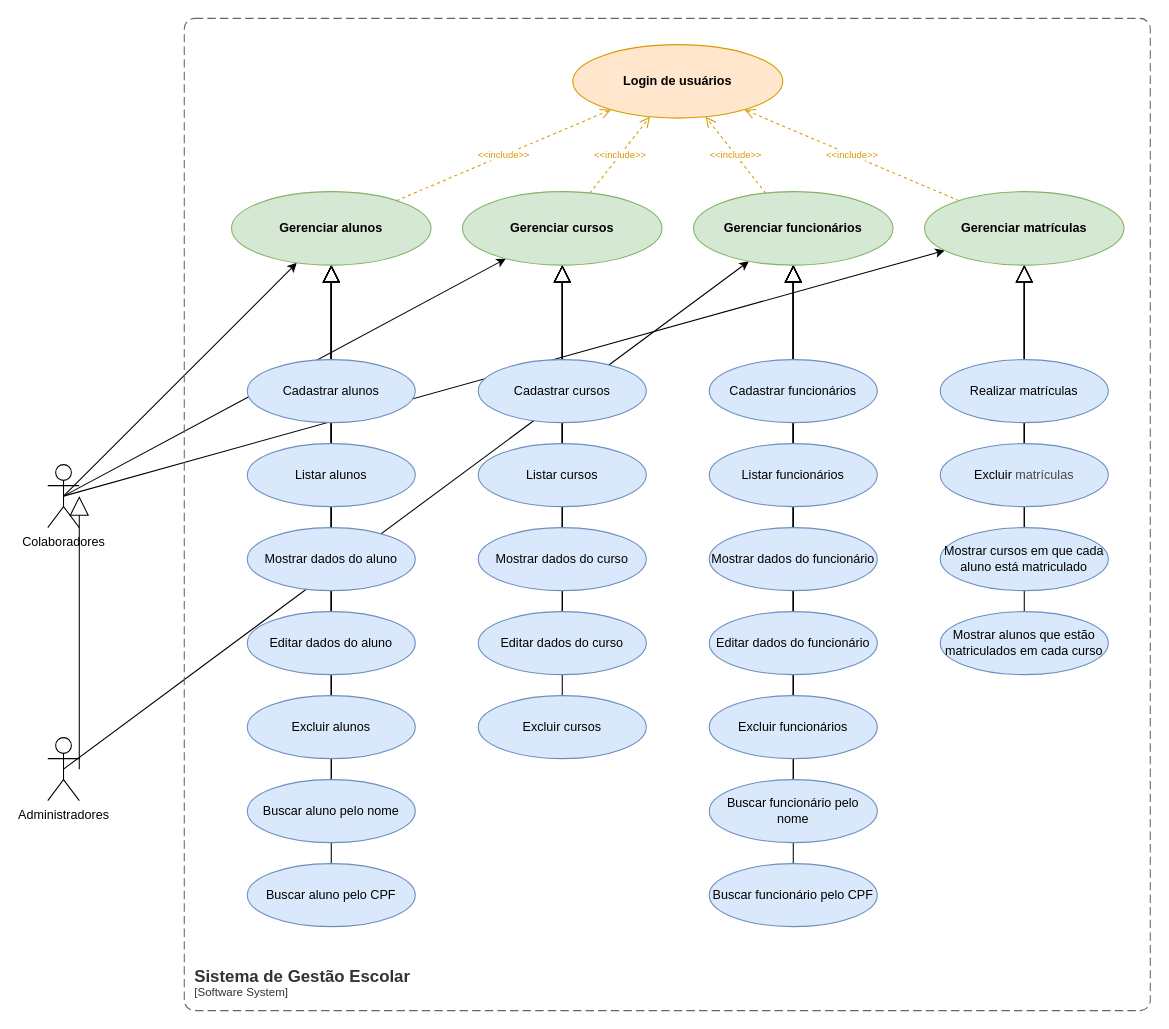
Earlier version of the draw.io diagram diagramas/casos-de-uso.drawio (Marco-Veio/sistema-de-gestao-escolar-modelagem). Source tidied: cells renumbered, new cells numbered last; positions are measured from the earlier drawing's top-left corner, leaving out a move shared by most shapes. Both pictures are drawn from the tidied source at 105%, with x=0, y=0 at pixel (47, 18).
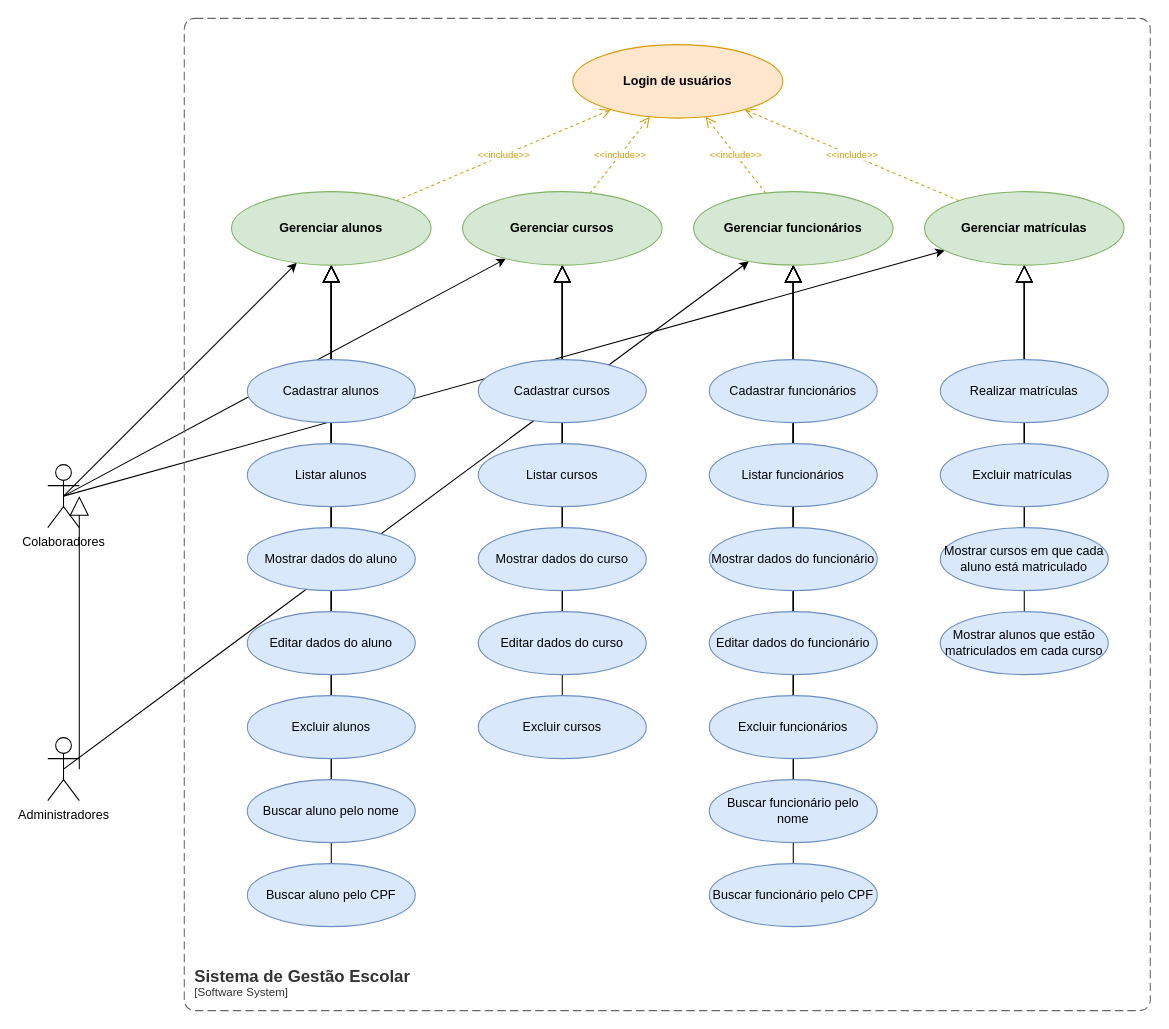
The same diagram, later.

Commit message:
arrumando cor do texto

What changed in the source:
```diff
@@
-    <mxCell id="62" value="Excluir&lt;font color=&quot;#484848&quot;&gt;&amp;nbsp;matrículas&lt;/font&gt;" style="ellipse;whiteSpace=wrap;html=1;fillColor=#dae8fc;strokeColor=#6c8ebf;" parent="1" vertex="1">
+    <mxCell id="62" value="Excluir matrículas&lt;font color=&quot;#484848&quot;&gt;&amp;nbsp;&lt;/font&gt;" style="ellipse;whiteSpace=wrap;html=1;fillColor=#dae8fc;strokeColor=#6c8ebf;" parent="1" vertex="1">
       <mxGeometry x="850" y="405" width="160" height="60" as="geometry" />
     </mxCell>
```
